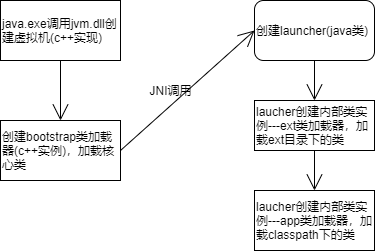
Above: jvm启动.png in onedream719/- (draw.io), before the change. Source tidied: cells renumbered, new cells last; positions are measured from the earlier drawing's top-left corner, leaving out a move shared by most shapes.
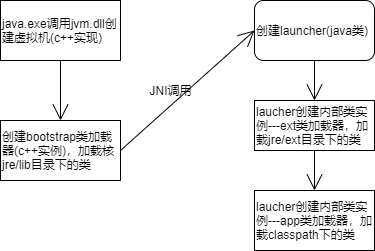
Above is the later version.

What changed in the source:
```diff
@@ -11,7 +11,7 @@
     <mxCell id="4" style="edgeStyle=none;curved=1;rounded=0;jettySize=auto;html=1;exitX=1;exitY=0.5;exitDx=0;exitDy=0;entryX=0;entryY=0.5;entryDx=0;entryDy=0;endArrow=open;startSize=14;endSize=14;sourcePerimeterSpacing=8;targetPerimeterSpacing=8;" parent="1" edge="1" source="5" target="7">
       <mxGeometry relative="1" as="geometry" />
     </mxCell>
-    <mxCell id="5" value="创建bootstrap类加载器(c++实例)，加载核心类" style="rounded=0;whiteSpace=wrap;html=1;hachureGap=4;align=left;" parent="1" vertex="1">
+    <mxCell id="5" value="创建bootstrap类加载器(c++实例)，加载核jre/lib目录下的类" style="rounded=0;whiteSpace=wrap;html=1;hachureGap=4;align=left;" parent="1" vertex="1">
       <mxGeometry y="120" width="120" height="60" as="geometry" />
     </mxCell>
     <mxCell id="6" style="edgeStyle=none;curved=1;rounded=0;jettySize=auto;html=1;exitX=0.5;exitY=1;exitDx=0;exitDy=0;endArrow=open;startSize=14;endSize=14;sourcePerimeterSpacing=8;targetPerimeterSpacing=8;" parent="1" edge="1" source="7">
@@ -28,7 +28,7 @@
     <mxCell id="9" style="edgeStyle=none;curved=1;rounded=0;jettySize=auto;html=1;exitX=0.5;exitY=1;exitDx=0;exitDy=0;entryX=0.5;entryY=0;entryDx=0;entryDy=0;endArrow=open;startSize=14;endSize=14;sourcePerimeterSpacing=8;targetPerimeterSpacing=8;" parent="1" edge="1" source="10" target="11">
       <mxGeometry relative="1" as="geometry" />
     </mxCell>
-    <mxCell id="10" value="laucher创建内部类实例---ext类加载器，加载ext目录下的类" style="rounded=0;whiteSpace=wrap;html=1;hachureGap=4;align=left;" parent="1" vertex="1">
+    <mxCell id="10" value="laucher创建内部类实例---ext类加载器，加载jre/ext目录下的类" style="rounded=0;whiteSpace=wrap;html=1;hachureGap=4;align=left;" parent="1" vertex="1">
       <mxGeometry x="254" y="100" width="120" height="50" as="geometry" />
     </mxCell>
     <mxCell id="11" value="laucher创建内部类实例---app类加载器，加载classpath下的类" style="rounded=0;whiteSpace=wrap;html=1;hachureGap=4;align=left;" parent="1" vertex="1">
```
